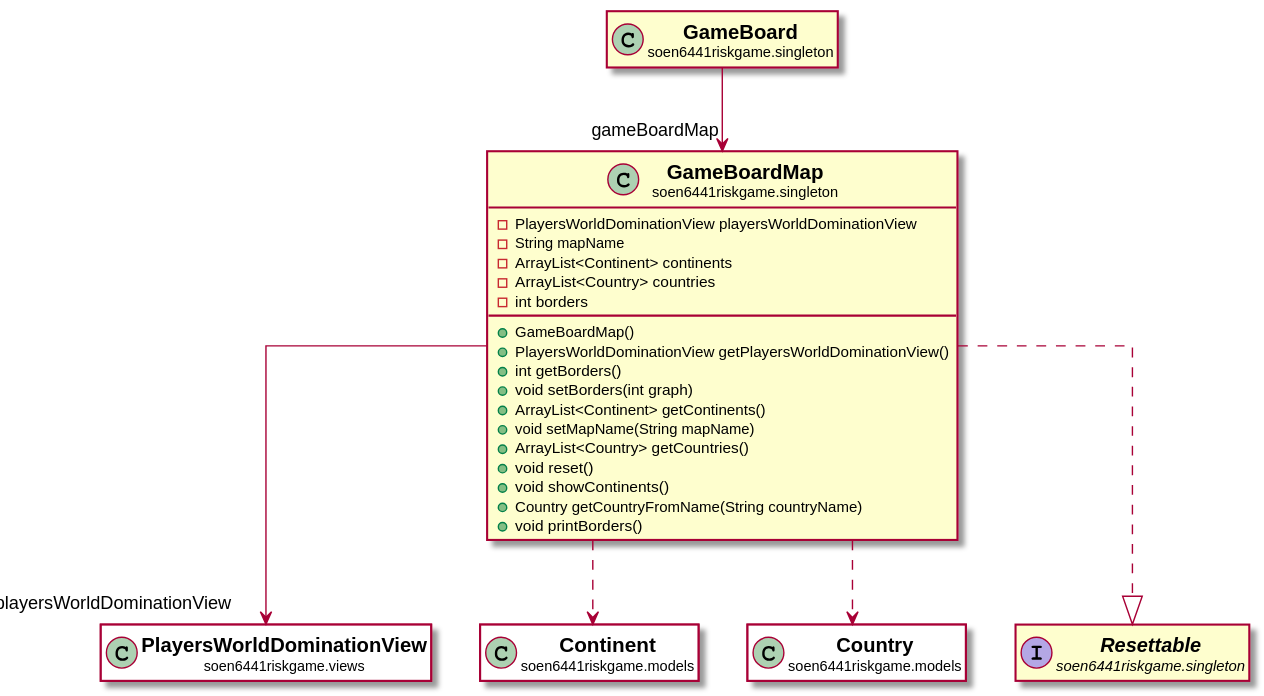
Earlier version of the PlantUML export docs/javadocs/soen6441riskgame/singleton/GameBoardMap.svg (huntertran/soen6441-riskgame).
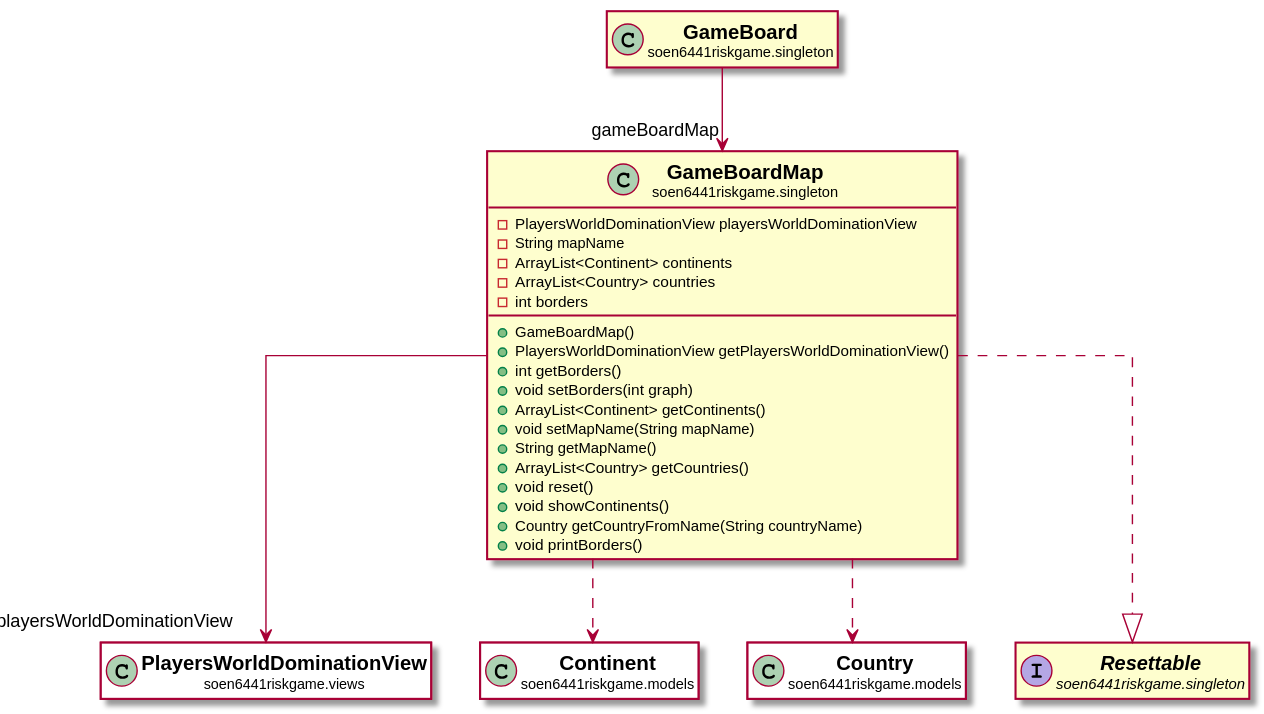
Later version of the same file.

The edit, as a diff of the source:
```diff
@@ -15,6 +15,7 @@
 +void setBorders(int graph)
 +ArrayList<Continent> getContinents()
 +void setMapName(String mapName)
++String getMapName()
 +ArrayList<Country> getCountries()
 +void reset()
 +void showContinents()
```
